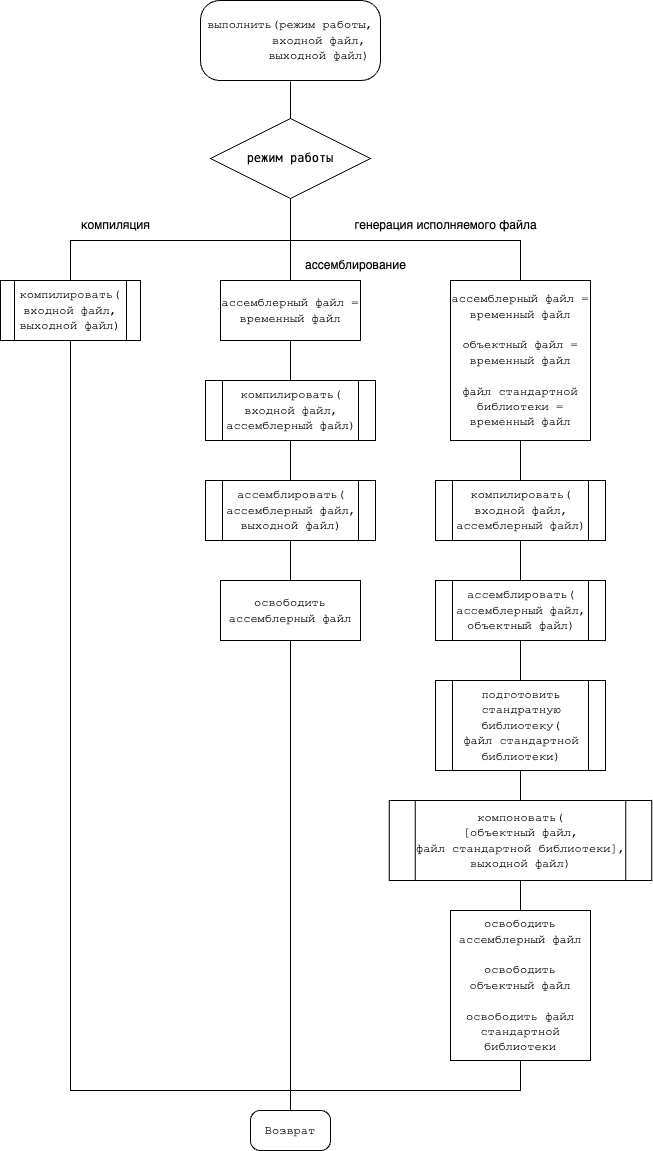
The draw.io diagram cource-papers/trps/рпз/материалы/курсач_трпс-2 Схемы алгоритмов.drawio.png in vzalygin/bmstu-ics6, before a commit. Source tidied: cells renumbered, new cells last; positions are measured from the earlier drawing's top-left corner, leaving out a move shared by most shapes.
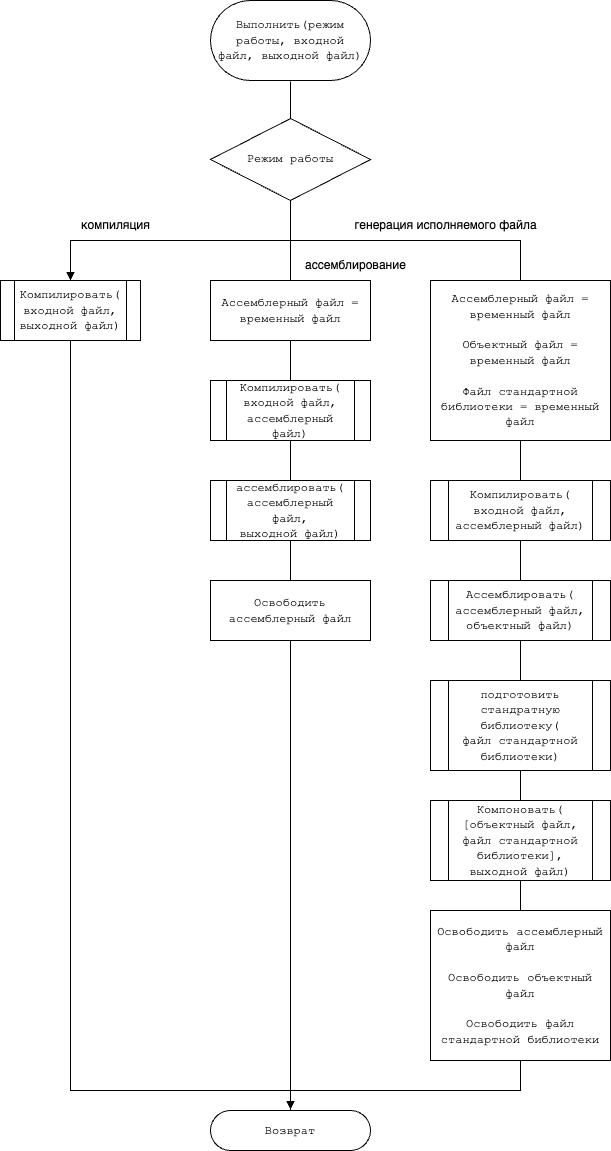
The same diagram one commit later.

What changed in the source:
```diff
@@ -5,13 +5,13 @@
     <mxCell id="2" style="edgeStyle=orthogonalEdgeStyle;rounded=0;jettySize=auto;html=1;entryX=0.5;entryY=0;entryDx=0;entryDy=0;endArrow=none;endFill=0;" parent="1" edge="1" source="3" target="7">
       <mxGeometry relative="1" as="geometry" />
     </mxCell>
-    <mxCell id="3" value="&lt;span style=&quot;font-family: &amp;quot;Courier New&amp;quot;; text-align: left;&quot;&gt;выполнить(режим работы,&lt;/span&gt;&lt;br style=&quot;font-family: &amp;quot;Courier New&amp;quot;; text-align: left;&quot;&gt;&lt;span style=&quot;font-family: &amp;quot;Courier New&amp;quot;; text-align: left; white-space: pre;&quot;&gt;&#9;&lt;/span&gt;&lt;span style=&quot;font-family: &amp;quot;Courier New&amp;quot;; text-align: left;&quot;&gt;входной файл,&lt;/span&gt;&lt;br style=&quot;font-family: &amp;quot;Courier New&amp;quot;; text-align: left;&quot;&gt;&lt;span style=&quot;font-family: &amp;quot;Courier New&amp;quot;; text-align: left;&quot;&gt;&amp;nbsp; &amp;nbsp;&lt;/span&gt;&lt;span style=&quot;font-family: &amp;quot;Courier New&amp;quot;; text-align: left; white-space: pre;&quot;&gt;&#9;&lt;/span&gt;&lt;span style=&quot;font-family: &amp;quot;Courier New&amp;quot;; text-align: left;&quot;&gt;выходной файл)&lt;/span&gt;&lt;font face=&quot;Courier New&quot;&gt;&lt;/font&gt;" style="rounded=1;whiteSpace=wrap;html=1;glass=0;perimeterSpacing=1;strokeWidth=1;arcSize=24;" parent="1" vertex="1">
-      <mxGeometry x="200" width="180" height="80" as="geometry" />
+    <mxCell id="3" value="&lt;span style=&quot;font-family: &amp;quot;Courier New&amp;quot;; text-align: left;&quot;&gt;Выполнить(режим работы,&amp;nbsp;&lt;/span&gt;&lt;span style=&quot;font-family: &amp;quot;Courier New&amp;quot;; text-align: left;&quot;&gt;входной файл,&amp;nbsp;&lt;/span&gt;&lt;span style=&quot;font-family: &amp;quot;Courier New&amp;quot;; text-align: left;&quot;&gt;выходной файл)&lt;/span&gt;&lt;font face=&quot;Courier New&quot;&gt;&lt;/font&gt;" style="rounded=1;whiteSpace=wrap;html=1;glass=0;perimeterSpacing=1;strokeWidth=1;arcSize=50;" parent="1" vertex="1">
+      <mxGeometry x="210" width="160" height="80" as="geometry" />
     </mxCell>
     <mxCell id="4" style="edgeStyle=orthogonalEdgeStyle;rounded=0;jettySize=auto;html=1;entryX=0.5;entryY=0;entryDx=0;entryDy=0;endArrow=none;endFill=0;" parent="1" edge="1" source="7" target="9">
       <mxGeometry relative="1" as="geometry" />
     </mxCell>
-    <mxCell id="5" style="edgeStyle=orthogonalEdgeStyle;rounded=0;jettySize=auto;html=1;endArrow=none;endFill=0;" parent="1" edge="1" source="7">
+    <mxCell id="5" style="edgeStyle=orthogonalEdgeStyle;rounded=0;jettySize=auto;html=1;endArrow=block;endFill=1;" parent="1" edge="1" source="7">
       <mxGeometry relative="1" as="geometry">
         <mxPoint x="70" y="280" as="targetPoint" />
         <Array as="points">
@@ -28,14 +28,14 @@
         </Array>
       </mxGeometry>
     </mxCell>
-    <mxCell id="7" value="&lt;font face=&quot;Menlo, Monaco, Courier New, monospace&quot;&gt;режим работы&lt;br&gt;&lt;/font&gt;" style="rhombus;whiteSpace=wrap;html=1;" parent="1" vertex="1">
-      <mxGeometry x="210" y="118" width="160" height="80" as="geometry" />
+    <mxCell id="7" value="&lt;font&gt;Режим работы&lt;br&gt;&lt;/font&gt;" style="rhombus;whiteSpace=wrap;html=1;fontFamily=Courier New;" parent="1" vertex="1">
+      <mxGeometry x="210" y="118" width="160" height="82" as="geometry" />
     </mxCell>
     <mxCell id="8" style="edgeStyle=orthogonalEdgeStyle;rounded=0;jettySize=auto;html=1;entryX=0.5;entryY=0;entryDx=0;entryDy=0;endArrow=none;endFill=0;" parent="1" edge="1" source="9" target="16">
       <mxGeometry relative="1" as="geometry" />
     </mxCell>
-    <mxCell id="9" value="&lt;font face=&quot;Courier New&quot;&gt;ассемблерный файл = временный файл&lt;br&gt;&lt;/font&gt;" style="rounded=0;whiteSpace=wrap;html=1;" parent="1" vertex="1">
-      <mxGeometry x="220" y="280" width="140" height="60" as="geometry" />
+    <mxCell id="9" value="&lt;font face=&quot;Courier New&quot;&gt;Ассемблерный файл = временный файл&lt;br&gt;&lt;/font&gt;" style="rounded=0;whiteSpace=wrap;html=1;" parent="1" vertex="1">
+      <mxGeometry x="210" y="280" width="160" height="60" as="geometry" />
     </mxCell>
     <mxCell id="10" value="компиляция" style="text;html=1;align=center;verticalAlign=middle;strokeColor=none;fillColor=none;" parent="1" vertex="1">
       <mxGeometry x="70" y="210" width="90" height="30" as="geometry" />
@@ -55,46 +55,44 @@
         </Array>
       </mxGeometry>
     </mxCell>
-    <mxCell id="14" value="&lt;font face=&quot;Courier New&quot;&gt;компилировать(&lt;br&gt;входной файл,&lt;br&gt;выходной файл)&lt;/font&gt;" style="shape=process;whiteSpace=wrap;html=1;backgroundOutline=1;" parent="1" vertex="1">
+    <mxCell id="14" value="&lt;font face=&quot;Courier New&quot;&gt;Компилировать(&lt;br&gt;входной файл,&lt;br&gt;выходной файл)&lt;/font&gt;" style="shape=process;whiteSpace=wrap;html=1;backgroundOutline=1;" parent="1" vertex="1">
       <mxGeometry y="280" width="140" height="60" as="geometry" />
     </mxCell>
     <mxCell id="15" style="edgeStyle=orthogonalEdgeStyle;rounded=0;jettySize=auto;html=1;entryX=0.5;entryY=0;entryDx=0;entryDy=0;endArrow=none;endFill=0;" parent="1" edge="1" source="16" target="18">
       <mxGeometry relative="1" as="geometry" />
     </mxCell>
-    <mxCell id="16" value="&lt;font face=&quot;Courier New&quot;&gt;компилировать(&lt;br&gt;входной файл,&lt;br&gt;&lt;/font&gt;&lt;font face=&quot;Courier New&quot;&gt;ассемблерный файл&lt;/font&gt;&lt;font face=&quot;Courier New&quot;&gt;)&lt;/font&gt;" style="shape=process;whiteSpace=wrap;html=1;backgroundOutline=1;" parent="1" vertex="1">
-      <mxGeometry x="205" y="380" width="170" height="60" as="geometry" />
+    <mxCell id="16" value="&lt;font face=&quot;Courier New&quot;&gt;Компилировать(&lt;br&gt;входной файл,&lt;br&gt;&lt;/font&gt;&lt;font face=&quot;Courier New&quot;&gt;ассемблерный файл&lt;/font&gt;&lt;font face=&quot;Courier New&quot;&gt;)&lt;/font&gt;" style="shape=process;whiteSpace=wrap;html=1;backgroundOutline=1;" parent="1" vertex="1">
+      <mxGeometry x="210" y="380" width="160" height="60" as="geometry" />
     </mxCell>
     <mxCell id="17" style="edgeStyle=orthogonalEdgeStyle;rounded=0;jettySize=auto;html=1;entryX=0.5;entryY=0;entryDx=0;entryDy=0;endArrow=none;endFill=0;" parent="1" edge="1" source="18" target="20">
       <mxGeometry relative="1" as="geometry" />
     </mxCell>
     <mxCell id="18" value="&lt;font face=&quot;Courier New&quot;&gt;ассемблировать(&lt;br&gt;&lt;/font&gt;&lt;font face=&quot;Courier New&quot;&gt;ассемблерный файл&lt;/font&gt;&lt;font face=&quot;Courier New&quot;&gt;&lt;/font&gt;&lt;font face=&quot;Courier New&quot;&gt;,&lt;br&gt;&lt;/font&gt;&lt;font face=&quot;Courier New&quot;&gt;выходной файл&lt;/font&gt;&lt;font face=&quot;Courier New&quot;&gt;)&lt;/font&gt;" style="shape=process;whiteSpace=wrap;html=1;backgroundOutline=1;" parent="1" vertex="1">
-      <mxGeometry x="205" y="480" width="170" height="60" as="geometry" />
+      <mxGeometry x="210" y="480" width="160" height="60" as="geometry" />
     </mxCell>
-    <mxCell id="19" style="edgeStyle=orthogonalEdgeStyle;rounded=0;jettySize=auto;html=1;entryX=0.5;entryY=0;entryDx=0;entryDy=0;endArrow=none;endFill=0;" parent="1" edge="1" source="20">
-      <mxGeometry relative="1" as="geometry">
-        <mxPoint x="290" y="1149" as="targetPoint" />
-      </mxGeometry>
+    <mxCell id="19" style="edgeStyle=orthogonalEdgeStyle;rounded=0;jettySize=auto;html=1;entryX=0.5;entryY=0;entryDx=0;entryDy=0;endArrow=block;endFill=1;" parent="1" edge="1" source="20" target="33">
+      <mxGeometry relative="1" as="geometry" />
     </mxCell>
-    <mxCell id="20" value="&lt;font face=&quot;Courier New&quot;&gt;освободить ассемблерный файл&lt;br&gt;&lt;/font&gt;" style="rounded=0;whiteSpace=wrap;html=1;" parent="1" vertex="1">
-      <mxGeometry x="220" y="580" width="140" height="60" as="geometry" />
+    <mxCell id="20" value="&lt;font face=&quot;Courier New&quot;&gt;Освободить ассемблерный файл&lt;br&gt;&lt;/font&gt;" style="rounded=0;whiteSpace=wrap;html=1;" parent="1" vertex="1">
+      <mxGeometry x="210" y="580" width="160" height="60" as="geometry" />
     </mxCell>
     <mxCell id="21" style="edgeStyle=orthogonalEdgeStyle;rounded=0;jettySize=auto;html=1;endArrow=none;endFill=0;" parent="1" edge="1" source="22" target="24">
       <mxGeometry relative="1" as="geometry" />
     </mxCell>
-    <mxCell id="22" value="&lt;font face=&quot;Courier New&quot;&gt;ассемблерный файл = временный файл&lt;br&gt;&lt;br&gt;объектный файл = временный файл&lt;br&gt;&lt;br&gt;файл стандартной библиотеки = временный файл&lt;br&gt;&lt;/font&gt;" style="rounded=0;whiteSpace=wrap;html=1;" parent="1" vertex="1">
-      <mxGeometry x="450" y="280" width="140" height="160" as="geometry" />
+    <mxCell id="22" value="&lt;font face=&quot;Courier New&quot;&gt;Ассемблерный файл = временный файл&lt;br&gt;&lt;br&gt;Объектный файл = временный файл&lt;br&gt;&lt;br&gt;Файл стандартной библиотеки = временный файл&lt;br&gt;&lt;/font&gt;" style="rounded=0;whiteSpace=wrap;html=1;" parent="1" vertex="1">
+      <mxGeometry x="430" y="280" width="180" height="160" as="geometry" />
     </mxCell>
     <mxCell id="23" style="edgeStyle=orthogonalEdgeStyle;rounded=0;jettySize=auto;html=1;entryX=0.5;entryY=0;entryDx=0;entryDy=0;endArrow=none;endFill=0;" parent="1" edge="1" source="24" target="26">
       <mxGeometry relative="1" as="geometry" />
     </mxCell>
-    <mxCell id="24" value="&lt;font face=&quot;Courier New&quot;&gt;компилировать(&lt;br&gt;входной файл,&lt;br&gt;&lt;/font&gt;&lt;font face=&quot;Courier New&quot;&gt;ассемблерный файл&lt;/font&gt;&lt;font face=&quot;Courier New&quot;&gt;)&lt;/font&gt;" style="shape=process;whiteSpace=wrap;html=1;backgroundOutline=1;" parent="1" vertex="1">
-      <mxGeometry x="435" y="480" width="170" height="60" as="geometry" />
+    <mxCell id="24" value="&lt;font face=&quot;Courier New&quot;&gt;Компилировать(&lt;br&gt;входной файл,&lt;br&gt;&lt;/font&gt;&lt;font face=&quot;Courier New&quot;&gt;ассемблерный файл&lt;/font&gt;&lt;font face=&quot;Courier New&quot;&gt;)&lt;/font&gt;" style="shape=process;whiteSpace=wrap;html=1;backgroundOutline=1;" parent="1" vertex="1">
+      <mxGeometry x="430" y="480" width="180" height="60" as="geometry" />
     </mxCell>
     <mxCell id="25" style="edgeStyle=orthogonalEdgeStyle;rounded=0;jettySize=auto;html=1;entryX=0.5;entryY=0;entryDx=0;entryDy=0;endArrow=none;endFill=0;" parent="1" edge="1" source="26" target="32">
       <mxGeometry relative="1" as="geometry" />
     </mxCell>
-    <mxCell id="26" value="&lt;font face=&quot;Courier New&quot;&gt;ассемблировать(&lt;br&gt;&lt;/font&gt;&lt;font face=&quot;Courier New&quot;&gt;ассемблерный файл&lt;/font&gt;&lt;font face=&quot;Courier New&quot;&gt;&lt;/font&gt;&lt;font face=&quot;Courier New&quot;&gt;,&lt;br&gt;&lt;/font&gt;&lt;font face=&quot;Courier New&quot;&gt;объектный файл&lt;/font&gt;&lt;font face=&quot;Courier New&quot;&gt;)&lt;/font&gt;" style="shape=process;whiteSpace=wrap;html=1;backgroundOutline=1;" parent="1" vertex="1">
-      <mxGeometry x="435" y="580" width="170" height="60" as="geometry" />
+    <mxCell id="26" value="&lt;font face=&quot;Courier New&quot;&gt;Ассемблировать(&lt;br&gt;&lt;/font&gt;&lt;font face=&quot;Courier New&quot;&gt;ассемблерный файл&lt;/font&gt;&lt;font face=&quot;Courier New&quot;&gt;&lt;/font&gt;&lt;font face=&quot;Courier New&quot;&gt;,&lt;br&gt;&lt;/font&gt;&lt;font face=&quot;Courier New&quot;&gt;объектный файл&lt;/font&gt;&lt;font face=&quot;Courier New&quot;&gt;)&lt;/font&gt;" style="shape=process;whiteSpace=wrap;html=1;backgroundOutline=1;" parent="1" vertex="1">
+      <mxGeometry x="430" y="580" width="180" height="60" as="geometry" />
     </mxCell>
     <mxCell id="27" style="edgeStyle=orthogonalEdgeStyle;rounded=0;jettySize=auto;html=1;endArrow=none;endFill=0;" parent="1" edge="1" source="28">
       <mxGeometry relative="1" as="geometry">
@@ -105,23 +103,23 @@
         </Array>
       </mxGeometry>
     </mxCell>
-    <mxCell id="28" value="&lt;font face=&quot;Courier New&quot;&gt;освободить ассемблерный файл&lt;br&gt;&lt;br&gt;&lt;/font&gt;&lt;font face=&quot;Courier New&quot;&gt;освободить объектный файл&lt;br&gt;&lt;br&gt;освободить файл стандартной библиотеки&lt;br&gt;&lt;/font&gt;" style="rounded=0;whiteSpace=wrap;html=1;" parent="1" vertex="1">
-      <mxGeometry x="450" y="910" width="140" height="150" as="geometry" />
+    <mxCell id="28" value="&lt;font face=&quot;Courier New&quot;&gt;Освободить ассемблерный файл&lt;br&gt;&lt;br&gt;&lt;/font&gt;&lt;font face=&quot;Courier New&quot;&gt;Освободить объектный файл&lt;br&gt;&lt;br&gt;Освободить файл стандартной библиотеки&lt;br&gt;&lt;/font&gt;" style="rounded=0;whiteSpace=wrap;html=1;" parent="1" vertex="1">
+      <mxGeometry x="430" y="910" width="180" height="150" as="geometry" />
     </mxCell>
     <mxCell id="29" style="edgeStyle=orthogonalEdgeStyle;rounded=0;jettySize=auto;html=1;entryX=0.5;entryY=0;entryDx=0;entryDy=0;endArrow=none;endFill=0;" parent="1" edge="1" source="30" target="28">
       <mxGeometry relative="1" as="geometry" />
     </mxCell>
-    <mxCell id="30" value="&lt;font face=&quot;Courier New&quot;&gt;компоновать(&lt;br&gt;&lt;/font&gt;&lt;font face=&quot;Courier New&quot;&gt;[объектный файл, &lt;br&gt;файл стандартной библиотеки]&lt;/font&gt;&lt;font face=&quot;Courier New&quot;&gt;,&lt;br&gt;&lt;/font&gt;&lt;font face=&quot;Courier New&quot;&gt;выходной файл&lt;/font&gt;&lt;font face=&quot;Courier New&quot;&gt;)&lt;/font&gt;" style="shape=process;whiteSpace=wrap;html=1;backgroundOutline=1;" parent="1" vertex="1">
-      <mxGeometry x="388.8" y="800" width="262.5" height="80" as="geometry" />
+    <mxCell id="30" value="&lt;font face=&quot;Courier New&quot;&gt;Компоновать(&lt;br&gt;&lt;/font&gt;&lt;font face=&quot;Courier New&quot;&gt;[объектный файл, &lt;br&gt;файл стандартной библиотеки]&lt;/font&gt;&lt;font face=&quot;Courier New&quot;&gt;,&lt;br&gt;&lt;/font&gt;&lt;font face=&quot;Courier New&quot;&gt;выходной файл&lt;/font&gt;&lt;font face=&quot;Courier New&quot;&gt;)&lt;/font&gt;" style="shape=process;whiteSpace=wrap;html=1;backgroundOutline=1;" parent="1" vertex="1">
+      <mxGeometry x="430" y="800" width="180" height="80" as="geometry" />
     </mxCell>
     <mxCell id="31" style="edgeStyle=orthogonalEdgeStyle;rounded=0;jettySize=auto;html=1;entryX=0.5;entryY=0;entryDx=0;entryDy=0;endArrow=none;endFill=0;" parent="1" edge="1" source="32" target="30">
       <mxGeometry relative="1" as="geometry" />
     </mxCell>
     <mxCell id="32" value="&lt;font face=&quot;Courier New&quot;&gt;подготовить стандратную библиотеку(&lt;/font&gt;&lt;font face=&quot;Courier New&quot;&gt;&lt;br&gt;&lt;/font&gt;&lt;font face=&quot;Courier New&quot;&gt;файл стандартной библиотеки&lt;/font&gt;&lt;font face=&quot;Courier New&quot;&gt;)&lt;/font&gt;" style="shape=process;whiteSpace=wrap;html=1;backgroundOutline=1;" parent="1" vertex="1">
-      <mxGeometry x="435" y="680" width="170" height="90" as="geometry" />
+      <mxGeometry x="430" y="680" width="180" height="90" as="geometry" />
     </mxCell>
-    <mxCell id="33" value="&lt;font face=&quot;Courier New&quot;&gt;Возврат&lt;/font&gt;" style="rounded=1;whiteSpace=wrap;html=1;glass=0;perimeterSpacing=1;strokeWidth=1;arcSize=24;" parent="1" vertex="1">
-      <mxGeometry x="250" y="1110" width="80" height="40" as="geometry" />
+    <mxCell id="33" value="&lt;font face=&quot;Courier New&quot;&gt;Возврат&lt;/font&gt;" style="rounded=1;whiteSpace=wrap;html=1;glass=0;perimeterSpacing=1;strokeWidth=1;arcSize=50;imageHeight=24;imageWidth=24;" parent="1" vertex="1">
+      <mxGeometry x="210" y="1110" width="160" height="40" as="geometry" />
     </mxCell>
   </root>
 </mxGraphModel>
```
